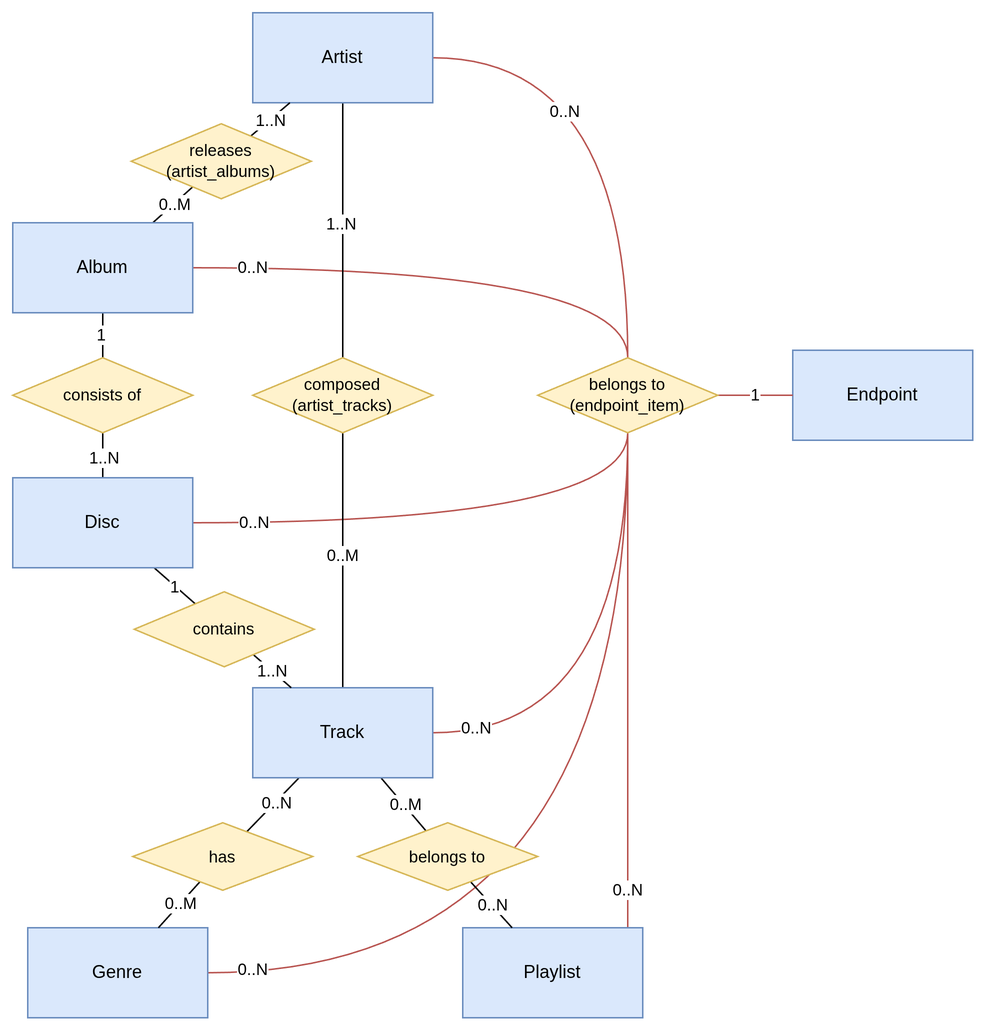
Before: src/backend/_ER_Diagram.drawio.png, a diagram exported from draw.io (gelaechter/leidenfrost). Source tidied: cells renumbered, new cells last; positions are measured from the earlier drawing's top-left corner, leaving out a move shared by most shapes.
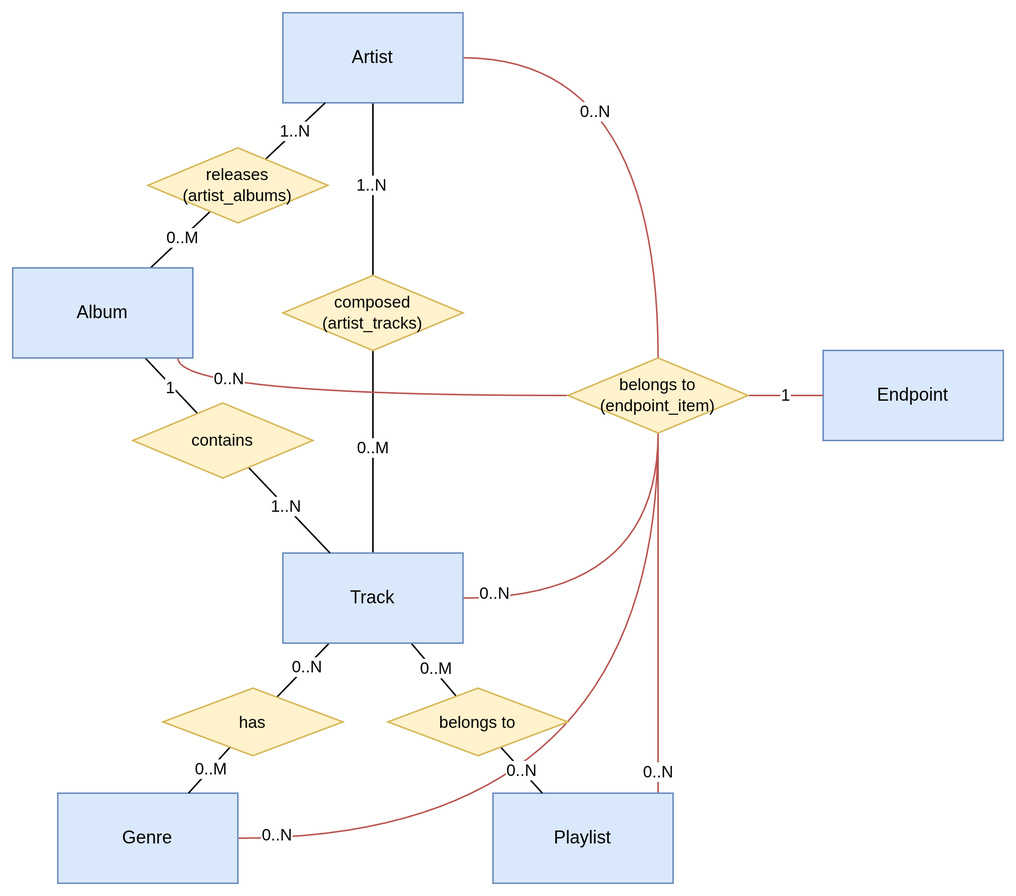
Later version of the same file.

Diff of the diagram source:
```diff
@@ -8,17 +8,6 @@
     <mxCell id="3" value="0..N" style="edgeLabel;html=1;align=center;verticalAlign=middle;fontFamily=Helvetica;fontSize=11;fontColor=default;labelBackgroundColor=default;" parent="2" vertex="1">
       <mxGeometry x="-0.47" y="-36" relative="1" as="geometry" />
     </mxCell>
-    <mxCell id="4" style="edgeStyle=orthogonalEdgeStyle;html=1;curved=1;rounded=1;strokeColor=#b85450;align=center;verticalAlign=middle;fontFamily=Helvetica;fontSize=11;fontColor=default;labelBackgroundColor=default;startArrow=none;startFill=0;endArrow=none;endFill=0;endSize=6;fillColor=#f8cecc;" parent="1" edge="1" source="22" target="54">
-      <mxGeometry relative="1" as="geometry" />
-    </mxCell>
-    <mxCell id="5" value="&lt;span style=&quot;font-family: monospace; font-size: 0px; text-align: start; background-color: rgb(251, 251, 251);&quot;&gt;%3CmxGraphModel%3E%3Croot%3E%3CmxCell%20id%3D%220%22%2F%3E%3CmxCell%20id%3D%221%22%20parent%3D%220%22%2F%3E%3CmxCell%20id%3D%222%22%20value%3D%220..N%22%20style%3D%22edgeLabel%3Bhtml%3D1%3Balign%3Dcenter%3BverticalAlign%3Dmiddle%3Bresizable%3D0%3Bpoints%3D%5B%5D%3BfontFamily%3DHelvetica%3BfontSize%3D11%3BfontColor%3Ddefault%3BlabelBackgroundColor%3Ddefault%3B%22%20vertex%3D%221%22%20connectable%3D%220%22%20parent%3D%221%22%3E%3CmxGeometry%20x%3D%22547.5%22%20y%3D%22336%22%20as%3D%22geometry%22%2F%3E%3C%2FmxCell%3E%3C%2Froot%3E%3C%2FmxGraphModel%3E&lt;/span&gt;" style="edgeLabel;html=1;align=center;verticalAlign=middle;fontFamily=Helvetica;fontSize=11;fontColor=default;labelBackgroundColor=default;" parent="4" vertex="1">
-      <mxGeometry x="-0.14" y="-5" relative="1" as="geometry" />
-    </mxCell>
-    <mxCell id="6" value="&lt;span style=&quot;color: rgb(0, 0, 0);&quot;&gt;0..N&lt;/span&gt;" style="edgeLabel;html=1;align=center;verticalAlign=middle;fontFamily=Helvetica;fontSize=11;fontColor=default;labelBackgroundColor=default;" parent="4" vertex="1">
-      <mxGeometry x="-0.06" y="-5" relative="1" as="geometry">
-        <mxPoint x="-125" y="-5" as="offset" />
-      </mxGeometry>
-    </mxCell>
     <mxCell id="7" style="edgeStyle=orthogonalEdgeStyle;html=1;rounded=1;strokeColor=#b85450;align=center;verticalAlign=middle;fontFamily=Helvetica;fontSize=11;fontColor=default;labelBackgroundColor=default;startArrow=none;startFill=0;endArrow=none;endFill=0;endSize=6;curved=1;fillColor=#f8cecc;" parent="1" edge="1" source="29" target="54">
       <mxGeometry relative="1" as="geometry" />
     </mxCell>
@@ -44,14 +33,6 @@
     <mxCell id="12" value="&lt;span style=&quot;color: rgb(0, 0, 0);&quot;&gt;0..N&lt;/span&gt;" style="edgeLabel;html=1;align=center;verticalAlign=middle;fontFamily=Helvetica;fontSize=11;fontColor=default;labelBackgroundColor=default;" parent="11" vertex="1">
       <mxGeometry x="-0.91" y="2" relative="1" as="geometry" />
     </mxCell>
-    <mxCell id="13" style="edgeStyle=orthogonalEdgeStyle;html=1;rounded=1;strokeColor=#b85450;align=center;verticalAlign=middle;fontFamily=Helvetica;fontSize=11;fontColor=default;labelBackgroundColor=default;startArrow=none;startFill=0;endArrow=none;endFill=0;endSize=6;curved=1;fillColor=#f8cecc;" parent="1" edge="1" source="47" target="54">
-      <mxGeometry relative="1" as="geometry" />
-    </mxCell>
-    <mxCell id="14" value="&lt;span style=&quot;color: rgb(0, 0, 0);&quot;&gt;0..N&lt;/span&gt;" style="edgeLabel;html=1;align=center;verticalAlign=middle;fontFamily=Helvetica;fontSize=11;fontColor=default;labelBackgroundColor=default;" parent="13" vertex="1">
-      <mxGeometry x="-0.09" y="5" relative="1" as="geometry">
-        <mxPoint x="-119" y="5" as="offset" />
-      </mxGeometry>
-    </mxCell>
     <mxCell id="15" style="edgeStyle=none;shape=connector;rounded=0;jettySize=auto;html=1;strokeColor=default;align=center;verticalAlign=middle;fontFamily=Helvetica;fontSize=11;fontColor=default;labelBackgroundColor=default;endArrow=none;endFill=0;" parent="1" edge="1" source="17" target="44">
       <mxGeometry relative="1" as="geometry" />
     </mxCell>
@@ -59,7 +40,7 @@
       <mxGeometry x="-0.05" y="-1" relative="1" as="geometry" />
     </mxCell>
     <mxCell id="17" value="Artist" style="rounded=0;whiteSpace=wrap;html=1;fillColor=#dae8fc;strokeColor=#6c8ebf;" parent="1" vertex="1">
-      <mxGeometry x="160" width="120" height="60" as="geometry" />
+      <mxGeometry x="160" y="90" width="120" height="60" as="geometry" />
     </mxCell>
     <mxCell id="18" style="edgeStyle=none;shape=connector;rounded=0;jettySize=auto;html=1;strokeColor=default;align=center;verticalAlign=middle;fontFamily=Helvetica;fontSize=11;fontColor=default;labelBackgroundColor=default;endArrow=none;endFill=0;" parent="1" edge="1" source="22" target="32">
       <mxGeometry relative="1" as="geometry" />
@@ -67,14 +48,14 @@
     <mxCell id="19" value="0..M" style="edgeLabel;html=1;align=center;verticalAlign=middle;fontFamily=Helvetica;fontSize=11;fontColor=default;labelBackgroundColor=default;" parent="18" vertex="1">
       <mxGeometry x="0.06" relative="1" as="geometry" />
     </mxCell>
-    <mxCell id="20" style="edgeStyle=none;shape=connector;rounded=0;jettySize=auto;html=1;strokeColor=default;align=center;verticalAlign=middle;fontFamily=Helvetica;fontSize=11;fontColor=default;labelBackgroundColor=default;endArrow=none;endFill=0;" parent="1" edge="1" source="22" target="35">
+    <mxCell id="20" style="edgeStyle=none;shape=connector;rounded=0;jettySize=auto;html=1;strokeColor=default;align=center;verticalAlign=middle;fontFamily=Helvetica;fontSize=11;fontColor=default;labelBackgroundColor=default;endArrow=none;endFill=0;" parent="1" edge="1" source="22" target="50">
       <mxGeometry relative="1" as="geometry" />
     </mxCell>
     <mxCell id="21" value="1" style="edgeLabel;html=1;align=center;verticalAlign=middle;fontFamily=Helvetica;fontSize=11;fontColor=default;labelBackgroundColor=default;" parent="20" vertex="1">
       <mxGeometry x="0.02" y="-1" relative="1" as="geometry" />
     </mxCell>
     <mxCell id="22" value="Album" style="rounded=0;whiteSpace=wrap;html=1;fillColor=#dae8fc;strokeColor=#6c8ebf;" parent="1" vertex="1">
-      <mxGeometry y="140" width="120" height="60" as="geometry" />
+      <mxGeometry x="-20" y="260" width="120" height="60" as="geometry" />
     </mxCell>
     <mxCell id="23" style="edgeStyle=none;shape=connector;rounded=0;jettySize=auto;html=1;strokeColor=default;align=center;verticalAlign=middle;fontFamily=Helvetica;fontSize=11;fontColor=default;labelBackgroundColor=default;endArrow=none;endFill=0;" parent="1" edge="1" source="29" target="44">
       <mxGeometry relative="1" as="geometry" />
@@ -104,17 +85,8 @@
       <mxGeometry x="-0.01" relative="1" as="geometry" />
     </mxCell>
     <mxCell id="32" value="releases&lt;br&gt;(artist_albums)" style="rhombus;whiteSpace=wrap;html=1;fontFamily=Helvetica;fontSize=11;labelBackgroundColor=none;fillColor=#fff2cc;strokeColor=#d6b656;" parent="1" vertex="1">
-      <mxGeometry x="79" y="74" width="120" height="50" as="geometry" />
+      <mxGeometry x="70" y="180" width="120" height="50" as="geometry" />
     </mxCell>
-    <mxCell id="33" style="edgeStyle=none;shape=connector;rounded=0;jettySize=auto;html=1;strokeColor=default;align=center;verticalAlign=middle;fontFamily=Helvetica;fontSize=11;fontColor=default;labelBackgroundColor=default;endArrow=none;endFill=0;" parent="1" edge="1" source="35" target="47">
-      <mxGeometry relative="1" as="geometry" />
-    </mxCell>
-    <mxCell id="34" value="1..N" style="edgeLabel;html=1;align=center;verticalAlign=middle;fontFamily=Helvetica;fontSize=11;fontColor=default;labelBackgroundColor=default;" parent="33" vertex="1">
-      <mxGeometry x="0.09" y="1" relative="1" as="geometry" />
-    </mxCell>
-    <mxCell id="35" value="consists of" style="rhombus;whiteSpace=wrap;html=1;fontFamily=Helvetica;fontSize=11;labelBackgroundColor=none;fillColor=#fff2cc;strokeColor=#d6b656;" parent="1" vertex="1">
-      <mxGeometry y="230" width="120" height="50" as="geometry" />
-    </mxCell>
     <mxCell id="36" value="Playlist" style="rounded=0;whiteSpace=wrap;html=1;fillColor=#dae8fc;strokeColor=#6c8ebf;" parent="1" vertex="1">
       <mxGeometry x="300" y="610" width="120" height="60" as="geometry" />
     </mxCell>
@@ -140,17 +112,8 @@
       <mxGeometry x="230" y="540" width="120" height="45" as="geometry" />
     </mxCell>
     <mxCell id="44" value="composed&lt;br&gt;(artist_tracks)" style="rhombus;whiteSpace=wrap;html=1;fontFamily=Helvetica;fontSize=11;labelBackgroundColor=none;fillColor=#fff2cc;strokeColor=#d6b656;" parent="1" vertex="1">
-      <mxGeometry x="160" y="230" width="120" height="50" as="geometry" />
+      <mxGeometry x="160" y="265" width="120" height="50" as="geometry" />
     </mxCell>
-    <mxCell id="45" style="edgeStyle=none;html=1;endArrow=none;endFill=0;" parent="1" edge="1" source="47" target="50">
-      <mxGeometry relative="1" as="geometry" />
-    </mxCell>
-    <mxCell id="46" value="1" style="edgeLabel;html=1;align=center;verticalAlign=middle;" parent="45" vertex="1">
-      <mxGeometry x="0.01" relative="1" as="geometry" />
-    </mxCell>
-    <mxCell id="47" value="Disc" style="rounded=0;whiteSpace=wrap;html=1;fillColor=#dae8fc;strokeColor=#6c8ebf;" parent="1" vertex="1">
-      <mxGeometry y="310" width="120" height="60" as="geometry" />
-    </mxCell>
     <mxCell id="48" style="edgeStyle=none;html=1;endArrow=none;endFill=0;" parent="1" edge="1" source="50" target="29">
       <mxGeometry relative="1" as="geometry" />
     </mxCell>
@@ -158,19 +121,26 @@
       <mxGeometry x="-0.08" relative="1" as="geometry" />
     </mxCell>
     <mxCell id="50" value="contains" style="rhombus;whiteSpace=wrap;html=1;fontFamily=Helvetica;fontSize=11;labelBackgroundColor=none;fillColor=#fff2cc;strokeColor=#d6b656;" parent="1" vertex="1">
-      <mxGeometry x="81" y="386" width="120" height="50" as="geometry" />
+      <mxGeometry x="60" y="350" width="120" height="50" as="geometry" />
     </mxCell>
     <mxCell id="51" value="Endpoint" style="rounded=0;whiteSpace=wrap;html=1;fillColor=#dae8fc;strokeColor=#6c8ebf;" parent="1" vertex="1">
-      <mxGeometry x="520" y="225" width="120" height="60" as="geometry" />
+      <mxGeometry x="520" y="315" width="120" height="60" as="geometry" />
     </mxCell>
-    <mxCell id="52" value="composed&lt;br&gt;(artist_tracks)" style="rhombus;whiteSpace=wrap;html=1;fontFamily=Helvetica;fontSize=11;labelBackgroundColor=none;fillColor=#fff2cc;strokeColor=#d6b656;" parent="1" vertex="1">
-      <mxGeometry x="160" y="230" width="120" height="50" as="geometry" />
-    </mxCell>
     <mxCell id="53" value="1" style="edgeStyle=none;html=1;startArrow=none;startFill=0;endArrow=none;endFill=0;fillColor=#f8cecc;strokeColor=#b85450;" parent="1" edge="1" source="54" target="51">
       <mxGeometry relative="1" as="geometry" />
     </mxCell>
+    <mxCell id="55" style="edgeStyle=orthogonalEdgeStyle;html=1;curved=1;startArrow=none;startFill=0;fillColor=#f8cecc;strokeColor=#b85450;endArrow=none;endFill=0;" parent="1" edge="1" source="54" target="22">
+      <mxGeometry relative="1" as="geometry">
+        <Array as="points">
+          <mxPoint x="90" y="345" />
+        </Array>
+      </mxGeometry>
+    </mxCell>
+    <mxCell id="56" value="0..N" style="edgeLabel;html=1;align=center;verticalAlign=middle;" parent="55" vertex="1">
+      <mxGeometry x="0.59" y="-11" relative="1" as="geometry" />
+    </mxCell>
     <mxCell id="54" value="belongs to&lt;br&gt;(endpoint_item)" style="rhombus;whiteSpace=wrap;html=1;fontFamily=Helvetica;fontSize=11;labelBackgroundColor=none;fillColor=#fff2cc;strokeColor=#d6b656;" parent="1" vertex="1">
-      <mxGeometry x="350" y="230" width="120" height="50" as="geometry" />
+      <mxGeometry x="350" y="320" width="120" height="50" as="geometry" />
     </mxCell>
   </root>
 </mxGraphModel>
```
